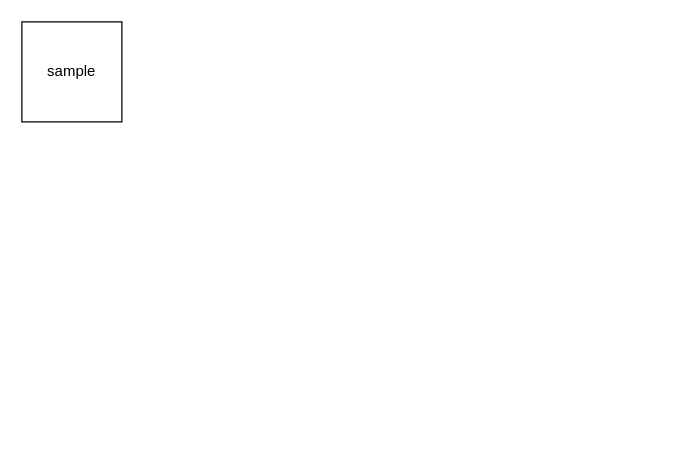
Above: sample.drawio in LeoChen21/chenLeo (draw.io), before the change. Source tidied: cells renumbered, new cells numbered last; positions are measured from the earlier drawing's top-left corner, leaving out a move shared by most shapes. Both pictures are drawn from the tidied source at 125%, with x=0, y=0 at pixel (21, 21).
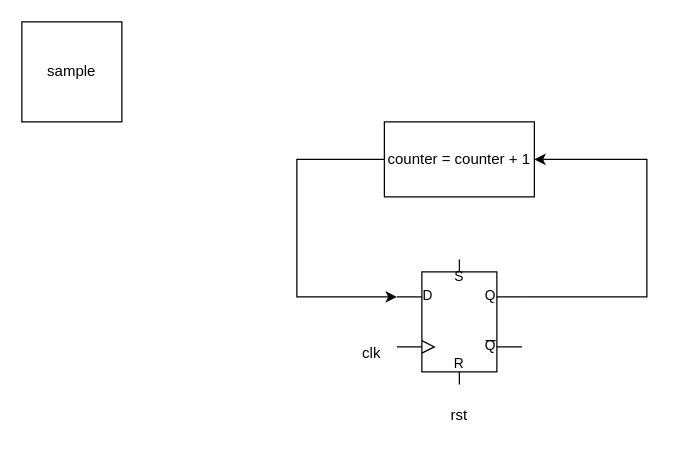
The same diagram, later.

The edit, as a diff of the source:
```diff
@@
 <mxGraphModel>
   <root>
     <mxCell id="0" />
     <mxCell id="1" parent="0" />
     <mxCell id="2" value="sample" style="whiteSpace=wrap;html=1;" parent="1" vertex="1">
       <mxGeometry width="80" height="80" as="geometry" />
     </mxCell>
+    <mxCell id="3" style="edgeStyle=orthogonalEdgeStyle;rounded=0;jettySize=auto;html=1;exitX=1;exitY=0.3;exitDx=0;exitDy=0;exitPerimeter=0;entryX=1;entryY=0.5;entryDx=0;entryDy=0;" parent="1" edge="1" source="4" target="8">
+      <mxGeometry relative="1" as="geometry">
+        <Array as="points">
+          <mxPoint x="500" y="220" />
+          <mxPoint x="500" y="110" />
+        </Array>
+      </mxGeometry>
+    </mxCell>
+    <mxCell id="4" style="verticalLabelPosition=bottom;shadow=0;dashed=0;align=center;html=1;verticalAlign=top;shape=mxgraph.electrical.logic_gates.d_type_rs_flip-flop;" parent="1" vertex="1">
+      <mxGeometry x="300" y="190" width="100" height="100" as="geometry" />
+    </mxCell>
+    <mxCell id="5" value="rst" style="text;html=1;strokeColor=none;fillColor=none;align=center;verticalAlign=middle;whiteSpace=wrap;rounded=0;" parent="1" vertex="1">
+      <mxGeometry x="320" y="300" width="60" height="30" as="geometry" />
+    </mxCell>
+    <mxCell id="6" value="&lt;div&gt;clk&lt;/div&gt;" style="text;html=1;strokeColor=none;fillColor=none;align=center;verticalAlign=middle;whiteSpace=wrap;rounded=0;" parent="1" vertex="1">
+      <mxGeometry x="250" y="250" width="60" height="30" as="geometry" />
+    </mxCell>
+    <mxCell id="7" style="edgeStyle=orthogonalEdgeStyle;rounded=0;jettySize=auto;html=1;entryX=0;entryY=0.3;entryDx=0;entryDy=0;entryPerimeter=0;" parent="1" edge="1" source="8" target="4">
+      <mxGeometry relative="1" as="geometry">
+        <Array as="points">
+          <mxPoint x="220" y="110" />
+          <mxPoint x="220" y="220" />
+        </Array>
+      </mxGeometry>
+    </mxCell>
+    <mxCell id="8" value="counter = counter + 1" style="rounded=0;whiteSpace=wrap;html=1;" parent="1" vertex="1">
+      <mxGeometry x="290" y="80" width="120" height="60" as="geometry" />
+    </mxCell>
   </root>
 </mxGraphModel>
```
